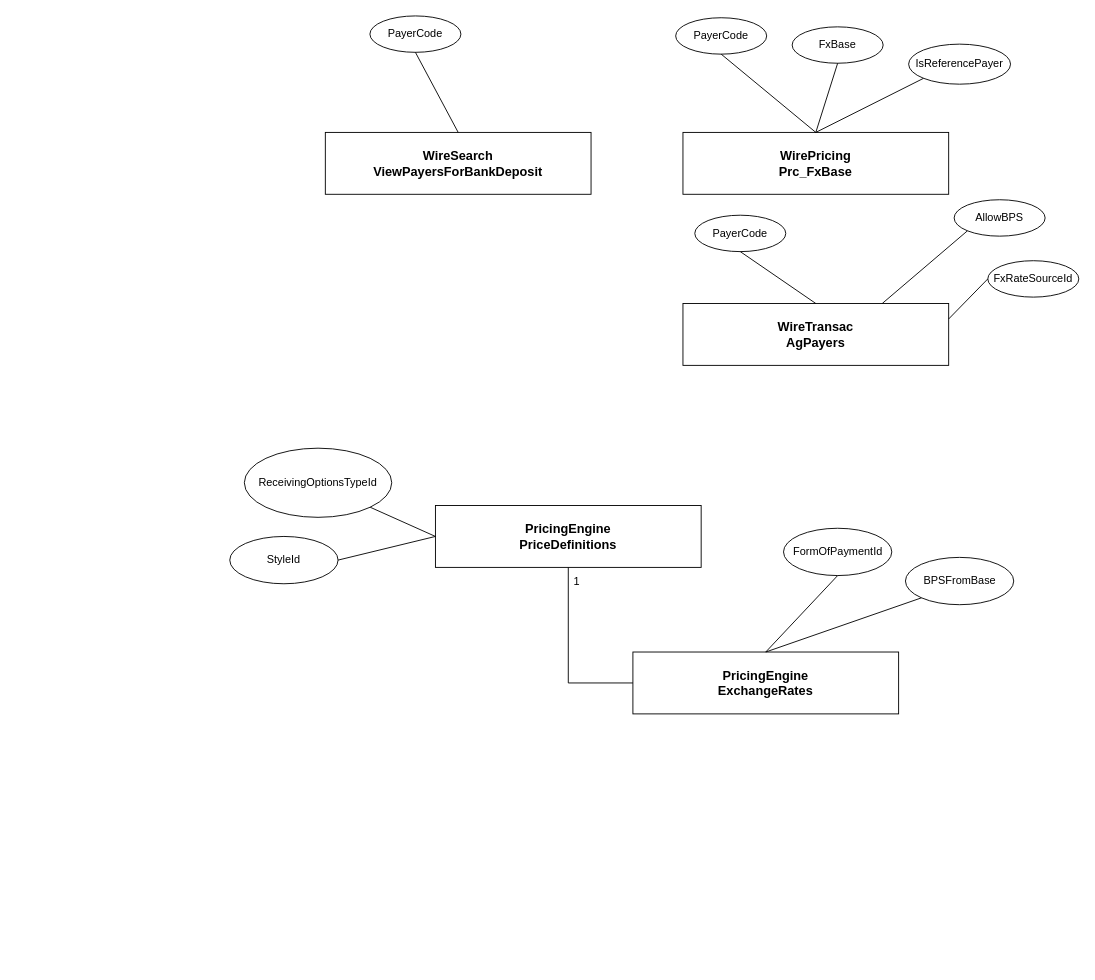
The draw.io diagram page "Página-8" (7 of 7) of Pricing Engine.drawio in notariopablomarcelo/intermex, before the edit. Source tidied: cells renumbered, new cells numbered last; positions are measured from the earlier drawing's top-left corner, leaving out a move shared by most shapes. Both pictures are drawn from the tidied source at 91%, with x=0, y=0 at pixel (229, 15).
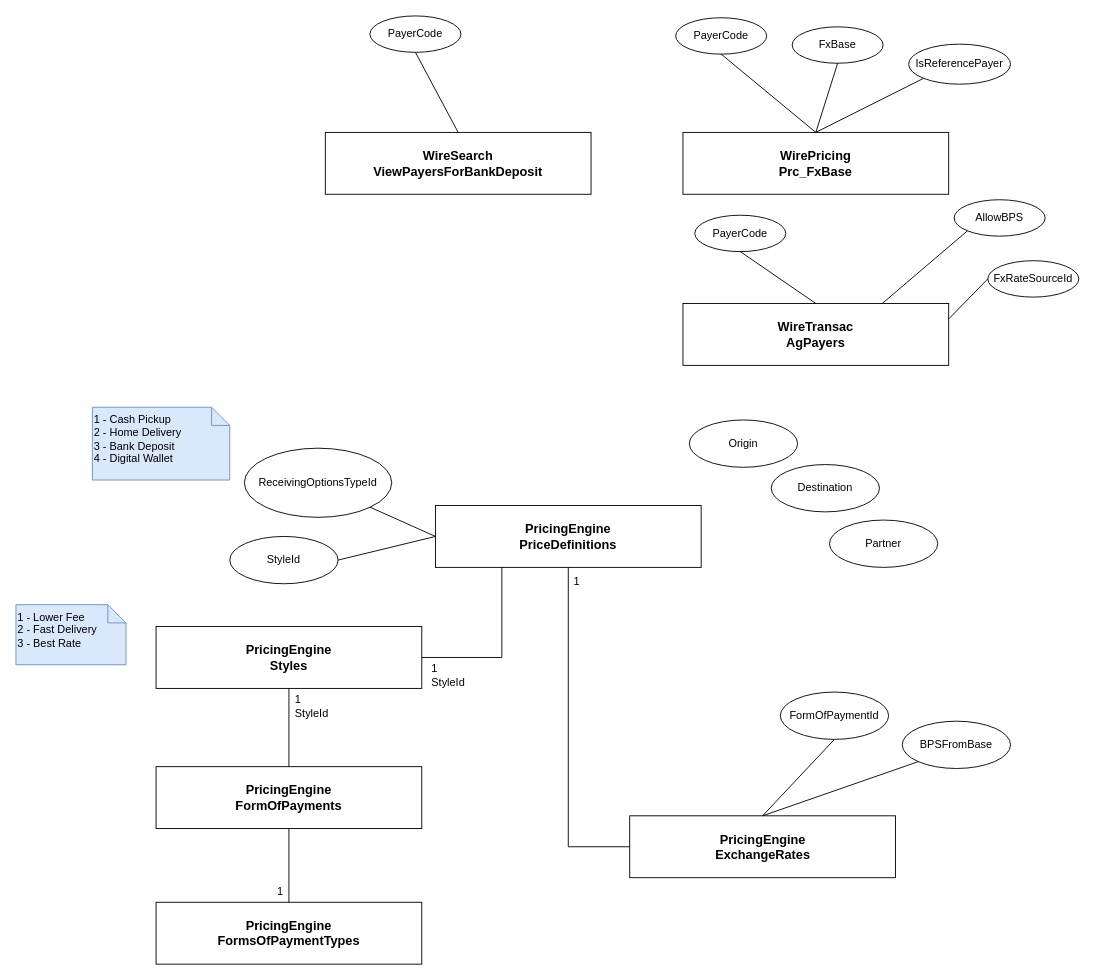
The same diagram, later.

Unchanged cells that the change refers to:
```xml
<mxCell id="19" value="PricingEngine&lt;br&gt;PriceDefinitions" style="whiteSpace=wrap;html=1;align=center;fontSize=14;fontStyle=1;" parent="1" vertex="1">
  <mxGeometry x="226" y="538" width="292" height="68" as="geometry" />
</mxCell>
```

What changed in the source:
```diff
@@
     <mxCell id="20" value="PricingEngine&lt;br&gt;ExchangeRates" style="whiteSpace=wrap;html=1;align=center;fontSize=14;fontStyle=1;" parent="1" vertex="1">
-      <mxGeometry x="443" y="699" width="292" height="68" as="geometry" />
+      <mxGeometry x="439.5" y="879" width="292" height="68" as="geometry" />
     </mxCell>
@@
     <mxCell id="23" value="FormOfPaymentId" style="ellipse;whiteSpace=wrap;html=1;align=center;" parent="1" vertex="1">
-      <mxGeometry x="608.5" y="563" width="119" height="52" as="geometry" />
+      <mxGeometry x="605" y="743" width="119" height="52" as="geometry" />
     </mxCell>
     <mxCell id="24" value="BPSFromBase" style="ellipse;whiteSpace=wrap;html=1;align=center;" parent="1" vertex="1">
-      <mxGeometry x="742.5" y="595" width="119" height="52" as="geometry" />
+      <mxGeometry x="739" y="775" width="119" height="52" as="geometry" />
     </mxCell>
@@
+    <mxCell id="31" value="PricingEngine&lt;br&gt;Styles" style="whiteSpace=wrap;html=1;align=center;fontSize=14;fontStyle=1;" parent="1" vertex="1">
+      <mxGeometry x="-81" y="671" width="292" height="68" as="geometry" />
+    </mxCell>
+    <mxCell id="32" value="PricingEngine&lt;br&gt;FormOfPayments" style="whiteSpace=wrap;html=1;align=center;fontSize=14;fontStyle=1;" parent="1" vertex="1">
+      <mxGeometry x="-81" y="825" width="292" height="68" as="geometry" />
+    </mxCell>
+    <mxCell id="33" value="PricingEngine&lt;br&gt;FormsOfPaymentTypes" style="whiteSpace=wrap;html=1;align=center;fontSize=14;fontStyle=1;" parent="1" vertex="1">
+      <mxGeometry x="-81" y="974" width="292" height="68" as="geometry" />
+    </mxCell>
+    <mxCell id="34" style="endArrow=none;html=1;rounded=0;exitX=0.25;exitY=1;exitDx=0;exitDy=0;entryX=1;entryY=0.5;entryDx=0;entryDy=0;edgeStyle=orthogonalEdgeStyle;" parent="1" edge="1" source="19" target="31">
+      <mxGeometry relative="1" as="geometry" />
+    </mxCell>
+    <mxCell id="35" value="1&lt;br&gt;StyleId" style="html=1;whiteSpace=wrap;align=left;verticalAlign=bottom;" parent="34" vertex="1">
+      <mxGeometry x="1" relative="1" as="geometry">
+        <mxPoint x="9" y="36" as="offset" />
+      </mxGeometry>
+    </mxCell>
+    <mxCell id="36" style="endArrow=none;html=1;rounded=0;exitX=0.5;exitY=0;exitDx=0;exitDy=0;entryX=0.5;entryY=1;entryDx=0;entryDy=0;" parent="1" edge="1" source="32" target="31">
+      <mxGeometry relative="1" as="geometry" />
+    </mxCell>
+    <mxCell id="37" style="endArrow=none;html=1;rounded=0;exitX=0.5;exitY=0;exitDx=0;exitDy=0;entryX=0.5;entryY=1;entryDx=0;entryDy=0;" parent="1" edge="1" source="33" target="32">
+      <mxGeometry relative="1" as="geometry" />
+    </mxCell>
+    <mxCell id="38" value="1" style="html=1;whiteSpace=wrap;align=right;verticalAlign=bottom;" parent="37" vertex="1">
+      <mxGeometry x="1" relative="1" as="geometry">
+        <mxPoint x="-5" y="78" as="offset" />
+      </mxGeometry>
+    </mxCell>
+    <mxCell id="39" value="1&lt;br&gt;StyleId" style="html=1;whiteSpace=wrap;align=left;verticalAlign=bottom;" parent="1" vertex="1">
+      <mxGeometry x="70" y="775" as="geometry" />
+    </mxCell>
+    <mxCell id="40" value="1 - Lower Fee&lt;br&gt;2 - Fast Delivery&lt;br&gt;3 - Best Rate" style="shape=note;size=20;whiteSpace=wrap;html=1;align=left;verticalAlign=top;fillColor=#dae8fc;strokeColor=#6c8ebf;" parent="1" vertex="1">
+      <mxGeometry x="-235" y="647" width="121" height="66" as="geometry" />
+    </mxCell>
+    <mxCell id="41" value="1 - Cash Pickup&lt;br&gt;2 - Home Delivery&lt;br&gt;3 - Bank Deposit&lt;br&gt;4 - Digital Wallet" style="shape=note;size=20;whiteSpace=wrap;html=1;align=left;verticalAlign=top;fillColor=#dae8fc;strokeColor=#6c8ebf;" parent="1" vertex="1">
+      <mxGeometry x="-151" y="430" width="151" height="80" as="geometry" />
+    </mxCell>
+    <mxCell id="42" value="Origin" style="ellipse;whiteSpace=wrap;html=1;align=center;" parent="1" vertex="1">
+      <mxGeometry x="505" y="444" width="119" height="52" as="geometry" />
+    </mxCell>
+    <mxCell id="43" value="Destination" style="ellipse;whiteSpace=wrap;html=1;align=center;" parent="1" vertex="1">
+      <mxGeometry x="595" y="493" width="119" height="52" as="geometry" />
+    </mxCell>
+    <mxCell id="44" value="Partner" style="ellipse;whiteSpace=wrap;html=1;align=center;" parent="1" vertex="1">
+      <mxGeometry x="659" y="554" width="119" height="52" as="geometry" />
+    </mxCell>
```
